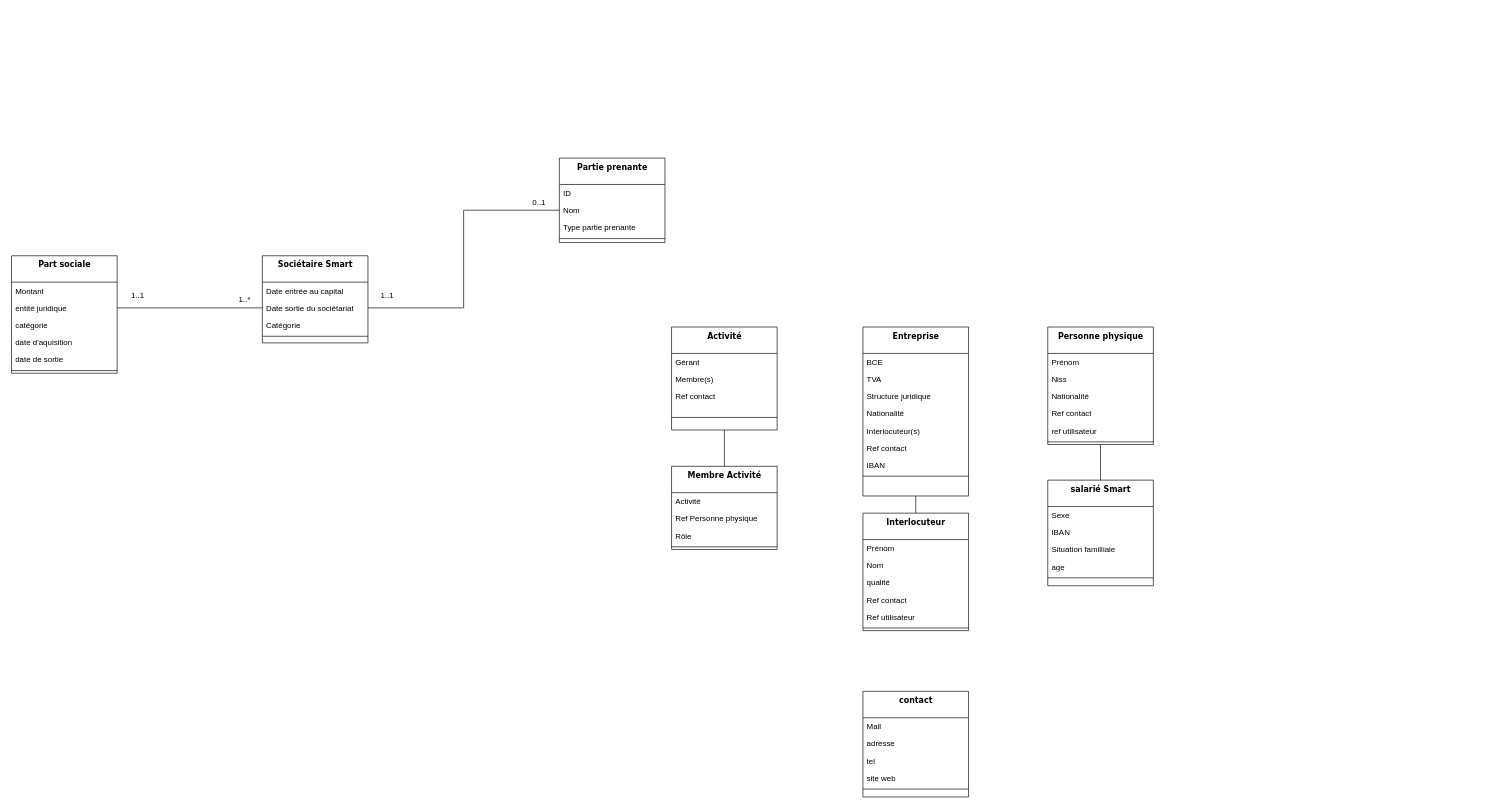
The draw.io diagram page "Modèle conceptuel : Party" (2 of 6) of Model conceptuel.drawio in Idir-smart/SandBox, before the edit. Source tidied: cells renumbered, new cells numbered last; positions are measured from the earlier drawing's top-left corner, leaving out a move shared by most shapes. Both pictures are drawn from the tidied source at 66%, with x=0, y=0 at pixel (11, 158).
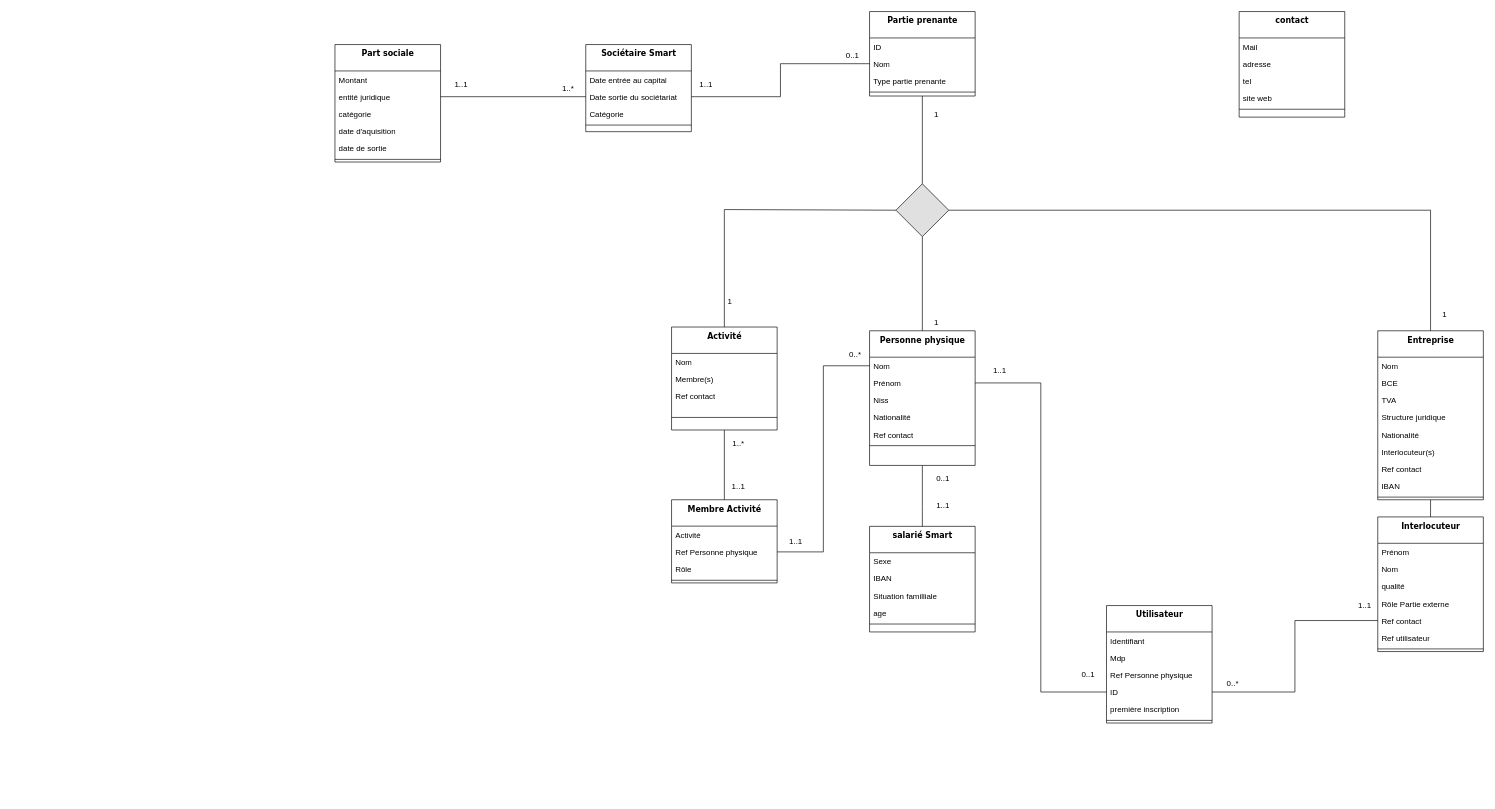
The same diagram, later.

Unchanged cells that the change refers to:
```xml
<mxCell id="56" style="edgeStyle=orthogonalEdgeStyle;rounded=0;jettySize=auto;html=1;exitX=0.5;exitY=0;exitDx=0;exitDy=0;entryX=0.5;entryY=1;entryDx=0;entryDy=0;fontSize=12;startArrow=none;startFill=0;endArrow=none;endFill=0;endSize=6;" parent="1" edge="1" source="57" target="62">
  <mxGeometry relative="1" as="geometry" />
</mxCell>
<mxCell id="59" value="Ref Personne physique" style="text;html=1;strokeColor=none;fillColor=none;align=left;verticalAlign=top;spacingLeft=4;spacingRight=4;whiteSpace=wrap;overflow=hidden;points=[[0,0.5],[1,0.5]];portConstraint=eastwest;" parent="57" vertex="1">
  <mxGeometry y="66" width="160" height="26" as="geometry" />
</mxCell>
<mxCell id="62" value="Activité" style="swimlane;html=1;fontStyle=1;align=center;verticalAlign=top;horizontal=1;startSize=40;swimlaneFillColor=#ffffff;rounded=0;shadow=0;comic=0;labelBackgroundColor=none;strokeWidth=1;fillColor=none;fontFamily=Verdana;fontSize=12;" parent="1" vertex="1">
  <mxGeometry x="1000" y="256" width="160" height="156" as="geometry" />
</mxCell>
```

The edit, as a diff of the source:
```diff
@@
+    <mxCell id="73" style="edgeStyle=orthogonalEdgeStyle;rounded=0;jettySize=auto;html=1;exitX=0.5;exitY=1;exitDx=0;exitDy=0;entryX=0.5;entryY=0;entryDx=0;entryDy=0;fontSize=12;startArrow=none;startFill=0;endArrow=none;endFill=0;endSize=6;" parent="1" edge="1" source="2" target="88">
+      <mxGeometry relative="1" as="geometry" />
+    </mxCell>
+    <mxCell id="74" value="1" style="edgeLabel;html=1;align=center;verticalAlign=middle;fontSize=12;" parent="73" vertex="1">
+      <mxGeometry x="-0.71" y="1" relative="1" as="geometry">
+        <mxPoint x="19" y="8" as="offset" />
+      </mxGeometry>
+    </mxCell>
     <mxCell id="2" value="Partie prenante" style="swimlane;html=1;fontStyle=1;align=center;verticalAlign=top;horizontal=1;startSize=40;swimlaneFillColor=#ffffff;rounded=0;shadow=0;comic=0;labelBackgroundColor=none;strokeWidth=1;fillColor=none;fontFamily=Verdana;fontSize=12;" parent="1" vertex="1">
-      <mxGeometry x="830" width="160" height="128" as="geometry" />
+      <mxGeometry x="1300" y="-222" width="160" height="128" as="geometry" />
     </mxCell>
@@
+    <mxCell id="75" style="edgeStyle=orthogonalEdgeStyle;rounded=0;jettySize=auto;html=1;exitX=0.5;exitY=0;exitDx=0;exitDy=0;fontSize=12;startArrow=none;startFill=0;endArrow=none;endFill=0;endSize=6;entryX=1;entryY=0.5;entryDx=0;entryDy=0;" parent="1" edge="1" source="8" target="88">
+      <mxGeometry relative="1" as="geometry" />
+    </mxCell>
+    <mxCell id="76" value="1" style="edgeLabel;html=1;align=center;verticalAlign=middle;fontSize=12;" parent="75" vertex="1">
+      <mxGeometry x="-0.71" y="-3" relative="1" as="geometry">
+        <mxPoint x="17" y="107" as="offset" />
+      </mxGeometry>
+    </mxCell>
     <mxCell id="8" value="Entreprise" style="swimlane;html=1;fontStyle=1;align=center;verticalAlign=top;horizontal=1;startSize=40;swimlaneFillColor=#ffffff;rounded=0;shadow=0;comic=0;labelBackgroundColor=none;strokeWidth=1;fillColor=none;fontFamily=Verdana;fontSize=12;" parent="1" vertex="1">
-      <mxGeometry x="1290" y="256" width="160" height="256" as="geometry" />
+      <mxGeometry x="2070" y="261.7" width="160" height="256" as="geometry" />
     </mxCell>
+    <mxCell id="77" value="Nom" style="text;html=1;strokeColor=none;fillColor=none;align=left;verticalAlign=top;spacingLeft=4;spacingRight=4;whiteSpace=wrap;overflow=hidden;" parent="8" vertex="1">
+      <mxGeometry y="40" width="160" height="26" as="geometry" />
+    </mxCell>
     <mxCell id="9" value="BCE" style="text;html=1;strokeColor=none;fillColor=none;align=left;verticalAlign=top;spacingLeft=4;spacingRight=4;whiteSpace=wrap;overflow=hidden;" parent="8" vertex="1">
-      <mxGeometry y="40" width="160" height="26" as="geometry" />
+      <mxGeometry y="66" width="160" height="26" as="geometry" />
     </mxCell>
     <mxCell id="10" value="TVA" style="text;html=1;strokeColor=none;fillColor=none;align=left;verticalAlign=top;spacingLeft=4;spacingRight=4;whiteSpace=wrap;overflow=hidden;" parent="8" vertex="1">
-      <mxGeometry y="66" width="160" height="26" as="geometry" />
+      <mxGeometry y="92" width="160" height="26" as="geometry" />
     </mxCell>
     <mxCell id="11" value="Structure juridique" style="text;html=1;strokeColor=none;fillColor=none;align=left;verticalAlign=top;spacingLeft=4;spacingRight=4;whiteSpace=wrap;overflow=hidden;" parent="8" vertex="1">
-      <mxGeometry y="92" width="160" height="26" as="geometry" />
+      <mxGeometry y="118" width="160" height="26" as="geometry" />
     </mxCell>
     <mxCell id="12" value="Nationalité" style="text;html=1;strokeColor=none;fillColor=none;align=left;verticalAlign=top;spacingLeft=4;spacingRight=4;whiteSpace=wrap;overflow=hidden;" parent="8" vertex="1">
-      <mxGeometry y="118" width="160" height="26" as="geometry" />
+      <mxGeometry y="144" width="160" height="26" as="geometry" />
     </mxCell>
     <mxCell id="13" value="Interlocuteur(s)" style="text;html=1;strokeColor=none;fillColor=none;align=left;verticalAlign=top;spacingLeft=4;spacingRight=4;whiteSpace=wrap;overflow=hidden;" parent="8" vertex="1">
-      <mxGeometry y="144" width="160" height="26" as="geometry" />
+      <mxGeometry y="170" width="160" height="26" as="geometry" />
     </mxCell>
     <mxCell id="14" value="Ref contact" style="text;html=1;strokeColor=none;fillColor=none;align=left;verticalAlign=top;spacingLeft=4;spacingRight=4;whiteSpace=wrap;overflow=hidden;" parent="8" vertex="1">
-      <mxGeometry y="170" width="160" height="26" as="geometry" />
+      <mxGeometry y="196" width="160" height="26" as="geometry" />
     </mxCell>
     <mxCell id="15" value="IBAN" style="text;html=1;strokeColor=none;fillColor=none;align=left;verticalAlign=top;spacingLeft=4;spacingRight=4;whiteSpace=wrap;overflow=hidden;" parent="8" vertex="1">
-      <mxGeometry y="196" width="160" height="26" as="geometry" />
+      <mxGeometry y="222" width="160" height="26" as="geometry" />
     </mxCell>
     <mxCell id="16" style="line;html=1;strokeWidth=1;fillColor=none;align=left;verticalAlign=middle;spacingTop=-1;spacingLeft=3;spacingRight=3;labelPosition=right;" parent="8" vertex="1">
-      <mxGeometry y="222" width="160" height="8" as="geometry" />
+      <mxGeometry y="248" width="160" height="8" as="geometry" />
     </mxCell>
     <mxCell id="17" style="edgeStyle=orthogonalEdgeStyle;rounded=0;jettySize=auto;html=1;exitX=0.5;exitY=1;exitDx=0;exitDy=0;entryX=0.5;entryY=0;entryDx=0;entryDy=0;fontSize=12;startArrow=none;startFill=0;endArrow=none;endFill=0;endSize=6;" parent="1" edge="1" source="18" target="25">
-      <mxGeometry relative="1" as="geometry" />
+      <mxGeometry relative="1" as="geometry">
+        <Array as="points">
+          <mxPoint x="1380" y="528" />
+          <mxPoint x="1380" y="528" />
+        </Array>
+      </mxGeometry>
     </mxCell>
+    <mxCell id="78" value="0..1" style="edgeLabel;html=1;align=center;verticalAlign=middle;fontSize=12;" parent="17" vertex="1">
+      <mxGeometry x="-0.72" y="-1" relative="1" as="geometry">
+        <mxPoint x="31" y="7" as="offset" />
+      </mxGeometry>
+    </mxCell>
+    <mxCell id="79" value="1..1" style="edgeLabel;html=1;align=center;verticalAlign=middle;fontSize=12;" parent="17" vertex="1">
+      <mxGeometry x="0.31" y="2" relative="1" as="geometry">
+        <mxPoint x="28" as="offset" />
+      </mxGeometry>
+    </mxCell>
+    <mxCell id="80" style="edgeStyle=orthogonalEdgeStyle;rounded=0;jettySize=auto;html=1;exitX=0.5;exitY=0;exitDx=0;exitDy=0;entryX=0.5;entryY=1;entryDx=0;entryDy=0;fontSize=12;startArrow=none;startFill=0;endArrow=none;endFill=0;endSize=6;" parent="1" edge="1" source="18" target="88">
+      <mxGeometry relative="1" as="geometry" />
+    </mxCell>
+    <mxCell id="81" value="1" style="edgeLabel;html=1;align=center;verticalAlign=middle;fontSize=12;" parent="80" vertex="1">
+      <mxGeometry x="-0.89" y="-1" relative="1" as="geometry">
+        <mxPoint x="19" y="-5" as="offset" />
+      </mxGeometry>
+    </mxCell>
     <mxCell id="18" value="Personne physique" style="swimlane;html=1;fontStyle=1;align=center;verticalAlign=top;horizontal=1;startSize=40;swimlaneFillColor=#ffffff;rounded=0;shadow=0;comic=0;labelBackgroundColor=none;strokeWidth=1;fillColor=none;fontFamily=Verdana;fontSize=12;" parent="1" vertex="1">
-      <mxGeometry x="1570" y="256" width="160" height="178" as="geometry" />
+      <mxGeometry x="1300" y="261.7" width="160" height="204" as="geometry" />
     </mxCell>
-    <mxCell id="19" value="Prénom" style="text;html=1;strokeColor=none;fillColor=none;align=left;verticalAlign=top;spacingLeft=4;spacingRight=4;whiteSpace=wrap;overflow=hidden;points=[[0,0.5],[1,0.5]];portConstraint=eastwest;" parent="18" vertex="1">
+    <mxCell id="19" value="Nom" style="text;html=1;strokeColor=none;fillColor=none;align=left;verticalAlign=top;spacingLeft=4;spacingRight=4;whiteSpace=wrap;overflow=hidden;points=[[0,0.5],[1,0.5]];portConstraint=eastwest;" parent="18" vertex="1">
       <mxGeometry y="40" width="160" height="26" as="geometry" />
     </mxCell>
+    <mxCell id="82" value="Prénom" style="text;html=1;strokeColor=none;fillColor=none;align=left;verticalAlign=top;spacingLeft=4;spacingRight=4;whiteSpace=wrap;overflow=hidden;points=[[0,0.5],[1,0.5]];portConstraint=eastwest;" parent="18" vertex="1">
+      <mxGeometry y="66" width="160" height="26" as="geometry" />
+    </mxCell>
     <mxCell id="20" value="Niss" style="text;html=1;strokeColor=none;fillColor=none;align=left;verticalAlign=top;spacingLeft=4;spacingRight=4;whiteSpace=wrap;overflow=hidden;" parent="18" vertex="1">
-      <mxGeometry y="66" width="160" height="26" as="geometry" />
+      <mxGeometry y="92" width="160" height="26" as="geometry" />
     </mxCell>
     <mxCell id="21" value="Nationalité" style="text;html=1;strokeColor=none;fillColor=none;align=left;verticalAlign=top;spacingLeft=4;spacingRight=4;whiteSpace=wrap;overflow=hidden;" parent="18" vertex="1">
-      <mxGeometry y="92" width="160" height="26" as="geometry" />
+      <mxGeometry y="118" width="160" height="26" as="geometry" />
     </mxCell>
     <mxCell id="22" value="Ref contact" style="text;html=1;strokeColor=none;fillColor=none;align=left;verticalAlign=top;spacingLeft=4;spacingRight=4;whiteSpace=wrap;overflow=hidden;" parent="18" vertex="1">
-      <mxGeometry y="118" width="160" height="26" as="geometry" />
+      <mxGeometry y="144" width="160" height="26" as="geometry" />
     </mxCell>
-    <mxCell id="23" value="ref utilisateur" style="text;html=1;strokeColor=none;fillColor=none;align=left;verticalAlign=top;spacingLeft=4;spacingRight=4;whiteSpace=wrap;overflow=hidden;" parent="18" vertex="1">
-      <mxGeometry y="144" width="160" height="26" as="geometry" />
-    </mxCell>
@@
     <mxCell id="25" value="salarié Smart" style="swimlane;html=1;fontStyle=1;align=center;verticalAlign=top;horizontal=1;startSize=40;swimlaneFillColor=#ffffff;rounded=0;shadow=0;comic=0;labelBackgroundColor=none;strokeWidth=1;fillColor=none;fontFamily=Verdana;fontSize=12;" parent="1" vertex="1">
-      <mxGeometry x="1570" y="488" width="160" height="160" as="geometry" />
+      <mxGeometry x="1300" y="558" width="160" height="160" as="geometry" />
     </mxCell>
@@
     <mxCell id="31" value="Sociétaire Smart" style="swimlane;html=1;fontStyle=1;align=center;verticalAlign=top;horizontal=1;startSize=40;swimlaneFillColor=#ffffff;rounded=0;shadow=0;comic=0;labelBackgroundColor=none;strokeWidth=1;fillColor=none;fontFamily=Verdana;fontSize=12;" parent="1" vertex="1">
-      <mxGeometry x="380" y="148" width="160" height="132" as="geometry" />
+      <mxGeometry x="870" y="-172" width="160" height="132" as="geometry" />
     </mxCell>
@@
     <mxCell id="36" value="contact" style="swimlane;html=1;fontStyle=1;align=center;verticalAlign=top;horizontal=1;startSize=40;swimlaneFillColor=#ffffff;rounded=0;shadow=0;comic=0;labelBackgroundColor=none;strokeWidth=1;fillColor=none;fontFamily=Verdana;fontSize=12;" parent="1" vertex="1">
-      <mxGeometry x="1290" y="808" width="160" height="160" as="geometry" />
+      <mxGeometry x="1860" y="-222" width="160" height="160" as="geometry" />
     </mxCell>
@@
     <mxCell id="42" value="Part sociale" style="swimlane;html=1;fontStyle=1;align=center;verticalAlign=top;horizontal=1;startSize=40;swimlaneFillColor=#ffffff;rounded=0;shadow=0;comic=0;labelBackgroundColor=none;strokeWidth=1;fillColor=none;fontFamily=Verdana;fontSize=12;" parent="1" vertex="1">
-      <mxGeometry y="148" width="160" height="178" as="geometry" />
+      <mxGeometry x="490" y="-172" width="160" height="178" as="geometry" />
     </mxCell>
@@
     <mxCell id="49" value="Interlocuteur" style="swimlane;html=1;fontStyle=1;align=center;verticalAlign=top;horizontal=1;startSize=40;swimlaneFillColor=#ffffff;rounded=0;shadow=0;comic=0;labelBackgroundColor=none;strokeWidth=1;fillColor=none;fontFamily=Verdana;fontSize=12;" parent="1" vertex="1">
-      <mxGeometry x="1290" y="538" width="160" height="178" as="geometry" />
+      <mxGeometry x="2070" y="543.7" width="160" height="204" as="geometry" />
     </mxCell>
@@
+    <mxCell id="83" value="Rôle Partie externe" style="text;html=1;strokeColor=none;fillColor=none;align=left;verticalAlign=top;spacingLeft=4;spacingRight=4;whiteSpace=wrap;overflow=hidden;" parent="49" vertex="1">
+      <mxGeometry y="118" width="160" height="26" as="geometry" />
+    </mxCell>
     <mxCell id="53" value="Ref contact" style="text;html=1;strokeColor=none;fillColor=none;align=left;verticalAlign=top;spacingLeft=4;spacingRight=4;whiteSpace=wrap;overflow=hidden;points=[[0,0.5],[1,0.5]];portConstraint=eastwest;" parent="49" vertex="1">
-      <mxGeometry y="118" width="160" height="26" as="geometry" />
+      <mxGeometry y="144" width="160" height="26" as="geometry" />
     </mxCell>
     <mxCell id="54" value="Ref utilisateur" style="text;html=1;strokeColor=none;fillColor=none;align=left;verticalAlign=top;spacingLeft=4;spacingRight=4;whiteSpace=wrap;overflow=hidden;" parent="49" vertex="1">
-      <mxGeometry y="144" width="160" height="26" as="geometry" />
+      <mxGeometry y="170" width="160" height="26" as="geometry" />
     </mxCell>
     <mxCell id="55" style="line;html=1;strokeWidth=1;fillColor=none;align=left;verticalAlign=middle;spacingTop=-1;spacingLeft=3;spacingRight=3;labelPosition=right;" parent="49" vertex="1">
-      <mxGeometry y="170" width="160" height="8" as="geometry" />
+      <mxGeometry y="196" width="160" height="8" as="geometry" />
     </mxCell>
@@
+    <mxCell id="84" value="1..*" style="edgeLabel;html=1;align=center;verticalAlign=middle;fontSize=12;" parent="56" vertex="1">
+      <mxGeometry x="0.68" y="-2" relative="1" as="geometry">
+        <mxPoint x="18" y="3" as="offset" />
+      </mxGeometry>
+    </mxCell>
+    <mxCell id="85" value="1..1" style="edgeLabel;html=1;align=center;verticalAlign=middle;fontSize=12;" parent="56" vertex="1">
+      <mxGeometry x="-0.74" y="-3" relative="1" as="geometry">
+        <mxPoint x="17" y="-6" as="offset" />
+      </mxGeometry>
+    </mxCell>
     <mxCell id="57" value="Membre Activité" style="swimlane;html=1;fontStyle=1;align=center;verticalAlign=top;horizontal=1;startSize=40;swimlaneFillColor=#ffffff;rounded=0;shadow=0;comic=0;labelBackgroundColor=none;strokeWidth=1;fillColor=none;fontFamily=Verdana;fontSize=12;" parent="1" vertex="1">
-      <mxGeometry x="1000" y="467" width="160" height="126" as="geometry" />
+      <mxGeometry x="1000" y="517.7" width="160" height="126" as="geometry" />
     </mxCell>
@@
+    <mxCell id="86" style="edgeStyle=orthogonalEdgeStyle;rounded=0;jettySize=auto;html=1;exitX=0.5;exitY=0;exitDx=0;exitDy=0;entryX=0;entryY=0.5;entryDx=0;entryDy=0;fontSize=12;startArrow=none;startFill=0;endArrow=none;endFill=0;endSize=6;" parent="1" edge="1" source="62" target="88">
+      <mxGeometry relative="1" as="geometry">
+        <Array as="points">
+          <mxPoint x="1080" y="78" />
+          <mxPoint x="1340" y="78" />
+        </Array>
+      </mxGeometry>
+    </mxCell>
+    <mxCell id="87" value="1" style="edgeLabel;html=1;align=center;verticalAlign=middle;fontSize=12;" parent="86" vertex="1">
+      <mxGeometry x="-0.82" y="-7" relative="1" as="geometry">
+        <mxPoint y="-1" as="offset" />
+      </mxGeometry>
+    </mxCell>
@@
-    <mxCell id="63" value="Gérant" style="text;html=1;strokeColor=none;fillColor=none;align=left;verticalAlign=top;spacingLeft=4;spacingRight=4;whiteSpace=wrap;overflow=hidden;" parent="62" vertex="1">
+    <mxCell id="63" value="Nom" style="text;html=1;strokeColor=none;fillColor=none;align=left;verticalAlign=top;spacingLeft=4;spacingRight=4;whiteSpace=wrap;overflow=hidden;" parent="62" vertex="1">
       <mxGeometry y="40" width="160" height="26" as="geometry" />
     </mxCell>
@@
+    <mxCell id="88" style="rhombus;whiteSpace=wrap;html=1;fillStyle=solid;strokeColor=default;fontSize=12;fillColor=#E0E0E0;" parent="1" vertex="1">
+      <mxGeometry x="1340" y="39" width="80" height="80" as="geometry" />
+    </mxCell>
+    <mxCell id="89" value="Utilisateur" style="swimlane;html=1;fontStyle=1;align=center;verticalAlign=top;horizontal=1;startSize=40;swimlaneFillColor=#ffffff;rounded=0;shadow=0;comic=0;labelBackgroundColor=none;strokeWidth=1;fillColor=none;fontFamily=Verdana;fontSize=12;" parent="1" vertex="1">
+      <mxGeometry x="1659" y="678" width="160" height="178" as="geometry" />
+    </mxCell>
+    <mxCell id="90" value="Identifiant" style="text;html=1;strokeColor=none;fillColor=none;align=left;verticalAlign=top;spacingLeft=4;spacingRight=4;whiteSpace=wrap;overflow=hidden;" parent="89" vertex="1">
+      <mxGeometry y="40" width="160" height="26" as="geometry" />
+    </mxCell>
+    <mxCell id="91" value="Mdp" style="text;html=1;strokeColor=none;fillColor=none;align=left;verticalAlign=top;spacingLeft=4;spacingRight=4;whiteSpace=wrap;overflow=hidden;" parent="89" vertex="1">
+      <mxGeometry y="66" width="160" height="26" as="geometry" />
+    </mxCell>
+    <mxCell id="92" value="Ref Personne physique" style="text;html=1;strokeColor=none;fillColor=none;align=left;verticalAlign=top;spacingLeft=4;spacingRight=4;whiteSpace=wrap;overflow=hidden;" parent="89" vertex="1">
+      <mxGeometry y="92" width="160" height="26" as="geometry" />
+    </mxCell>
+    <mxCell id="93" value="ID" style="text;html=1;strokeColor=none;fillColor=none;align=left;verticalAlign=top;spacingLeft=4;spacingRight=4;whiteSpace=wrap;overflow=hidden;points=[[0,0.5],[1,0.5]];portConstraint=eastwest;" parent="89" vertex="1">
+      <mxGeometry y="118" width="160" height="26" as="geometry" />
+    </mxCell>
+    <mxCell id="94" value="première inscription" style="text;html=1;strokeColor=none;fillColor=none;align=left;verticalAlign=top;spacingLeft=4;spacingRight=4;whiteSpace=wrap;overflow=hidden;" parent="89" vertex="1">
+      <mxGeometry y="144" width="160" height="26" as="geometry" />
+    </mxCell>
+    <mxCell id="95" style="line;html=1;strokeWidth=1;fillColor=none;align=left;verticalAlign=middle;spacingTop=-1;spacingLeft=3;spacingRight=3;labelPosition=right;" parent="89" vertex="1">
+      <mxGeometry y="170" width="160" height="8" as="geometry" />
+    </mxCell>
+    <mxCell id="96" style="edgeStyle=orthogonalEdgeStyle;rounded=0;jettySize=auto;html=1;exitX=1;exitY=0.5;exitDx=0;exitDy=0;fontSize=12;startArrow=none;startFill=0;endArrow=none;endFill=0;endSize=6;entryX=0;entryY=0.5;entryDx=0;entryDy=0;" parent="1" edge="1" source="93" target="53">
+      <mxGeometry relative="1" as="geometry" />
+    </mxCell>
+    <mxCell id="97" value="0..*" style="edgeLabel;html=1;align=center;verticalAlign=middle;fontSize=12;" parent="96" vertex="1">
+      <mxGeometry x="-0.92" relative="1" as="geometry">
+        <mxPoint x="16" y="-13" as="offset" />
+      </mxGeometry>
+    </mxCell>
+    <mxCell id="98" value="1..1" style="edgeLabel;html=1;align=center;verticalAlign=middle;fontSize=12;" parent="96" vertex="1">
+      <mxGeometry x="0.91" relative="1" as="geometry">
+        <mxPoint x="-4" y="-23" as="offset" />
+      </mxGeometry>
+    </mxCell>
+    <mxCell id="99" style="edgeStyle=orthogonalEdgeStyle;rounded=0;jettySize=auto;html=1;exitX=0;exitY=0.5;exitDx=0;exitDy=0;fontSize=12;startArrow=none;startFill=0;endArrow=none;endFill=0;endSize=6;entryX=1;entryY=0.5;entryDx=0;entryDy=0;" parent="1" edge="1" source="93" target="82">
+      <mxGeometry relative="1" as="geometry" />
+    </mxCell>
+    <mxCell id="100" value="1..1" style="edgeLabel;html=1;align=center;verticalAlign=middle;fontSize=12;" parent="99" vertex="1">
+      <mxGeometry x="0.94" relative="1" as="geometry">
+        <mxPoint x="16" y="-19" as="offset" />
+      </mxGeometry>
+    </mxCell>
+    <mxCell id="101" value="0..1" style="edgeLabel;html=1;align=center;verticalAlign=middle;fontSize=12;" parent="99" vertex="1">
+      <mxGeometry x="-0.9" y="-4" relative="1" as="geometry">
+        <mxPoint x="4" y="-23" as="offset" />
+      </mxGeometry>
+    </mxCell>
+    <mxCell id="102" style="edgeStyle=orthogonalEdgeStyle;rounded=0;jettySize=auto;html=1;exitX=1;exitY=0.5;exitDx=0;exitDy=0;entryX=0;entryY=0.5;entryDx=0;entryDy=0;fontSize=12;startArrow=none;startFill=0;endArrow=none;endFill=0;endSize=6;" parent="1" edge="1" source="59" target="19">
+      <mxGeometry relative="1" as="geometry" />
+    </mxCell>
+    <mxCell id="103" value="1..1" style="edgeLabel;html=1;align=center;verticalAlign=middle;fontSize=12;" parent="102" vertex="1">
+      <mxGeometry x="-0.87" relative="1" as="geometry">
+        <mxPoint y="-16" as="offset" />
+      </mxGeometry>
+    </mxCell>
+    <mxCell id="104" value="0..*" style="edgeLabel;html=1;align=center;verticalAlign=middle;fontSize=12;" parent="102" vertex="1">
+      <mxGeometry x="0.89" y="3" relative="1" as="geometry">
+        <mxPoint y="-14" as="offset" />
+      </mxGeometry>
+    </mxCell>
```
